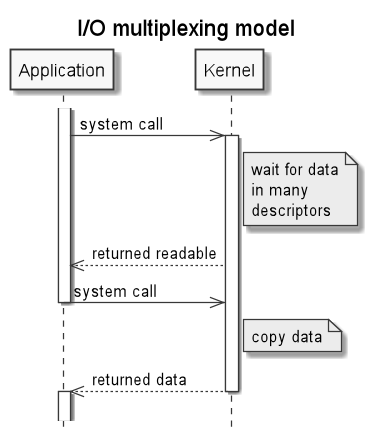
Earlier version of the PlantUML export .images/IO_multiplexing_model.png (c0p4c4b4n4/demo-sockets-io-nio-nio2).
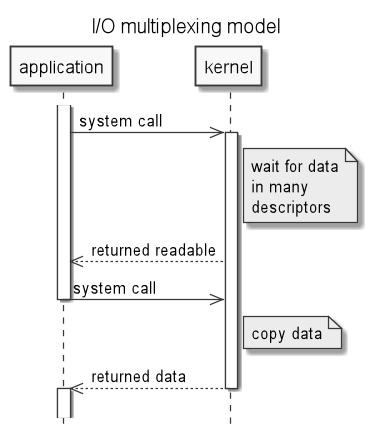
After the commit.

Change to the diagram source:
```diff
@@ -2,16 +2,17 @@
 title I/O multiplexing model
 hide footbox
 skinparam monochrome true
-activate Application
-Application->>Kernel: system call
-activate Kernel
-Note right of Kernel: wait for data\nin many\ndescriptors
-Kernel-->>Application: returned readable
-Application->>Kernel: system call
-deactivate Application
-Note right of Kernel: copy data
-Kernel-->>Application: returned data
-deactivate Kernel
-activate Application
+skinparam titleFontSize 16
+activate application
+application->>kernel: system call
+activate kernel
+Note right of kernel: wait for data\nin many\ndescriptors
+kernel-->>application: returned readable
+application->>kernel: system call
+deactivate application
+Note right of kernel: copy data
+kernel-->>application: returned data
+deactivate kernel
+activate application
 ||15||
 @enduml
```
